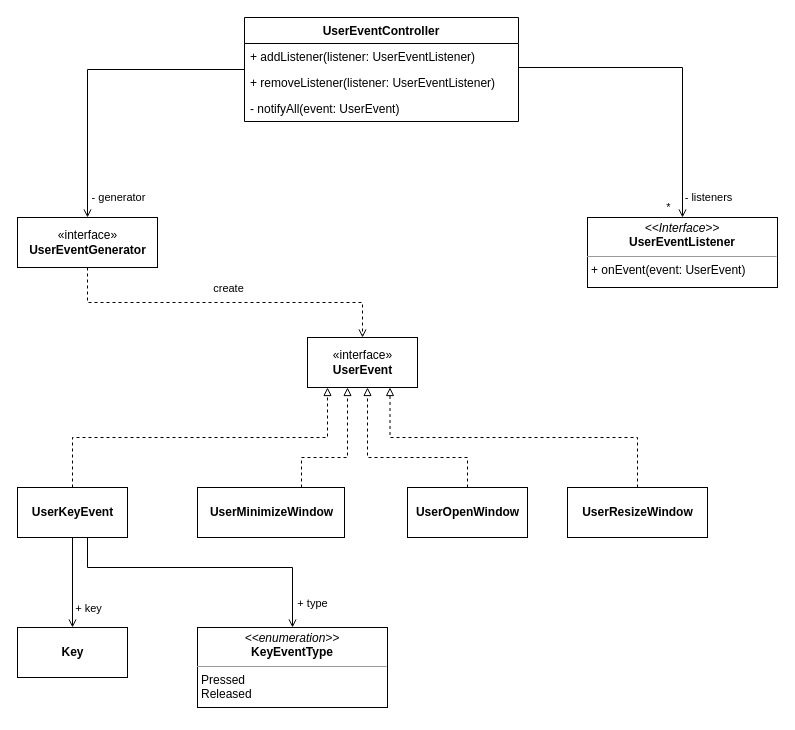
This is page "UserEventController" (2 of 7) of documents/Roguelike.drawio from SBOne-Kenobi/design-course, a draw.io file, before an edit. Source tidied: cells renumbered, new cells numbered last; positions are measured from the earlier drawing's top-left corner, leaving out a move shared by most shapes. Both pictures are drawn from the tidied source at 100%, with x=0, y=0 at pixel (17, 17).
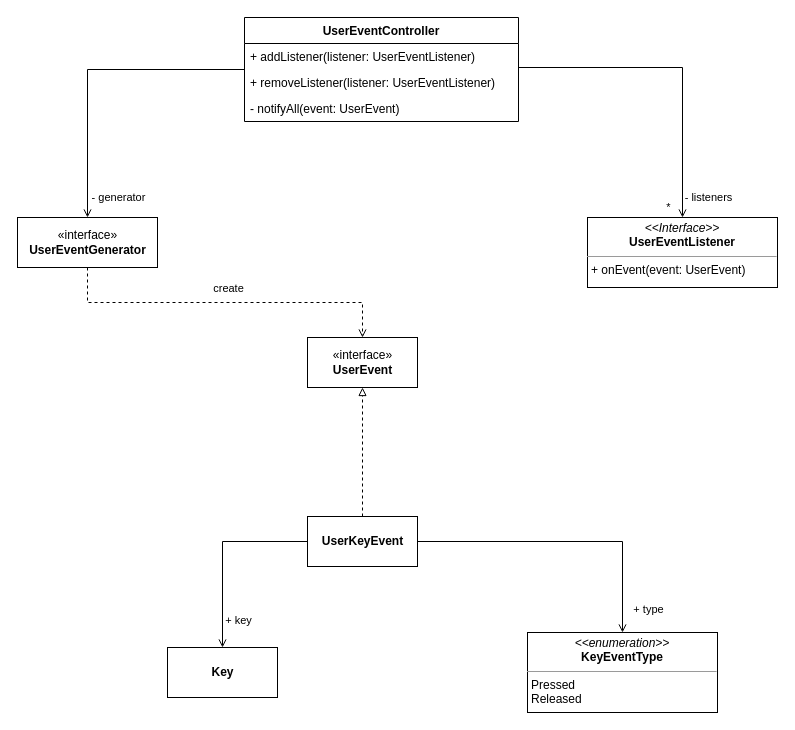
Above is the later version.

The change refers to these unchanged cells:
```xml
<mxCell id="10" value="«interface»&lt;br&gt;&lt;b&gt;UserEvent&lt;/b&gt;" style="html=1;strokeColor=default;" parent="1" vertex="1">
  <mxGeometry x="290" y="320" width="110" height="50" as="geometry" />
</mxCell>
```

Change to the diagram source:
```diff
@@
-    <mxCell id="2" style="edgeStyle=orthogonalEdgeStyle;rounded=0;jettySize=auto;html=1;exitX=0.5;exitY=0;exitDx=0;exitDy=0;startArrow=none;startFill=0;endArrow=block;endFill=0;dashed=1;" parent="1" edge="1" source="9" target="10">
-      <mxGeometry relative="1" as="geometry">
-        <Array as="points">
-          <mxPoint x="55" y="420" />
-          <mxPoint x="310" y="420" />
-        </Array>
-      </mxGeometry>
-    </mxCell>
     <mxCell id="3" value="&lt;b&gt;Key&lt;/b&gt;" style="html=1;strokeColor=default;" parent="1" vertex="1">
-      <mxGeometry y="610" width="110" height="50" as="geometry" />
+      <mxGeometry x="150" y="630" width="110" height="50" as="geometry" />
     </mxCell>
     <mxCell id="4" value="&lt;p style=&quot;margin:0px;margin-top:4px;text-align:center;&quot;&gt;&lt;i&gt;&amp;lt;&amp;lt;enumeration&amp;gt;&amp;gt;&lt;/i&gt;&lt;br&gt;&lt;b&gt;KeyEventType&lt;/b&gt;&lt;/p&gt;&lt;hr size=&quot;1&quot;&gt;&lt;p style=&quot;margin:0px;margin-left:4px;&quot;&gt;Pressed&lt;/p&gt;&lt;p style=&quot;margin:0px;margin-left:4px;&quot;&gt;Released&lt;/p&gt;" style="verticalAlign=top;align=left;overflow=fill;fontSize=12;fontFamily=Helvetica;html=1;strokeColor=default;" parent="1" vertex="1">
-      <mxGeometry x="180" y="610" width="190" height="80" as="geometry" />
+      <mxGeometry x="510" y="615" width="190" height="80" as="geometry" />
     </mxCell>
+    <mxCell id="7" style="edgeStyle=orthogonalEdgeStyle;rounded=0;jettySize=auto;html=1;startArrow=none;startFill=0;endArrow=open;endFill=0;entryX=0.5;entryY=0;entryDx=0;entryDy=0;" parent="1" edge="1" source="9" target="3">
+      <mxGeometry relative="1" as="geometry" />
+    </mxCell>
+    <mxCell id="8" value="+ key" style="edgeLabel;html=1;align=center;verticalAlign=middle;" parent="7" vertex="1">
+      <mxGeometry x="0.84" y="1" relative="1" as="geometry">
+        <mxPoint x="14" y="-13" as="offset" />
+      </mxGeometry>
+    </mxCell>
+    <mxCell id="2" style="edgeStyle=orthogonalEdgeStyle;rounded=0;jettySize=auto;html=1;exitX=0.5;exitY=0;exitDx=0;exitDy=0;dashed=1;endArrow=block;endFill=0;" parent="1" edge="1" source="9" target="10">
+      <mxGeometry relative="1" as="geometry" />
+    </mxCell>
-    <mxCell id="5" style="edgeStyle=orthogonalEdgeStyle;rounded=0;jettySize=auto;html=1;startArrow=none;startFill=0;endArrow=open;endFill=0;entryX=0.5;entryY=0;entryDx=0;entryDy=0;" parent="1" edge="1" source="9" target="4">
-      <mxGeometry relative="1" as="geometry">
-        <Array as="points">
-          <mxPoint x="70" y="550" />
-          <mxPoint x="275" y="550" />
-        </Array>
-      </mxGeometry>
+    <mxCell id="5" style="edgeStyle=orthogonalEdgeStyle;rounded=0;jettySize=auto;html=1;exitX=1;exitY=0.5;exitDx=0;exitDy=0;endArrow=open;endFill=0;" parent="1" edge="1" source="9" target="4">
+      <mxGeometry relative="1" as="geometry" />
     </mxCell>
     <mxCell id="6" value="+ type" style="edgeLabel;html=1;align=center;verticalAlign=middle;" parent="5" vertex="1">
-      <mxGeometry x="0.63" relative="1" as="geometry">
-        <mxPoint x="19" y="30" as="offset" />
+      <mxGeometry x="0.84" y="1" relative="1" as="geometry">
+        <mxPoint x="24" as="offset" />
       </mxGeometry>
     </mxCell>
-    <mxCell id="7" style="edgeStyle=orthogonalEdgeStyle;rounded=0;jettySize=auto;html=1;startArrow=none;startFill=0;endArrow=open;endFill=0;entryX=0.5;entryY=0;entryDx=0;entryDy=0;" parent="1" edge="1" source="9" target="3">
-      <mxGeometry relative="1" as="geometry" />
-    </mxCell>
-    <mxCell id="8" value="+ key" style="edgeLabel;html=1;align=center;verticalAlign=middle;" parent="7" vertex="1">
-      <mxGeometry x="0.84" y="1" relative="1" as="geometry">
-        <mxPoint x="14" y="-13" as="offset" />
-      </mxGeometry>
-    </mxCell>
     <mxCell id="9" value="&lt;b&gt;UserKeyEvent&lt;/b&gt;" style="html=1;strokeColor=default;" parent="1" vertex="1">
-      <mxGeometry y="470" width="110" height="50" as="geometry" />
+      <mxGeometry x="290" y="499" width="110" height="50" as="geometry" />
     </mxCell>
@@
-    <mxCell id="24" style="edgeStyle=orthogonalEdgeStyle;rounded=0;jettySize=auto;html=1;dashed=1;startArrow=none;startFill=0;endArrow=block;endFill=0;" parent="1" edge="1" source="25" target="10">
-      <mxGeometry relative="1" as="geometry">
-        <Array as="points">
-          <mxPoint x="284" y="440" />
-          <mxPoint x="330" y="440" />
-        </Array>
-      </mxGeometry>
-    </mxCell>
-    <mxCell id="25" value="&lt;b&gt;UserMinimizeWindow&lt;/b&gt;" style="html=1;strokeColor=default;" parent="1" vertex="1">
-      <mxGeometry x="180" y="470" width="147" height="50" as="geometry" />
-    </mxCell>
-    <mxCell id="26" style="edgeStyle=orthogonalEdgeStyle;rounded=0;jettySize=auto;html=1;dashed=1;startArrow=none;startFill=0;endArrow=block;endFill=0;" parent="1" edge="1" source="27" target="10">
-      <mxGeometry relative="1" as="geometry">
-        <Array as="points">
-          <mxPoint x="450" y="440" />
-          <mxPoint x="350" y="440" />
-        </Array>
-      </mxGeometry>
-    </mxCell>
-    <mxCell id="27" value="&lt;b&gt;UserOpenWindow&lt;/b&gt;" style="html=1;strokeColor=default;" parent="1" vertex="1">
-      <mxGeometry x="390" y="470" width="120" height="50" as="geometry" />
-    </mxCell>
-    <mxCell id="28" style="edgeStyle=orthogonalEdgeStyle;rounded=0;jettySize=auto;html=1;entryX=0.75;entryY=1;entryDx=0;entryDy=0;dashed=1;startArrow=none;startFill=0;endArrow=block;endFill=0;" parent="1" edge="1" source="29" target="10">
-      <mxGeometry relative="1" as="geometry">
-        <Array as="points">
-          <mxPoint x="620" y="420" />
-          <mxPoint x="373" y="420" />
-        </Array>
-      </mxGeometry>
-    </mxCell>
-    <mxCell id="29" value="&lt;b&gt;UserResizeWindow&lt;/b&gt;" style="html=1;strokeColor=default;" parent="1" vertex="1">
-      <mxGeometry x="550" y="470" width="140" height="50" as="geometry" />
-    </mxCell>
```
